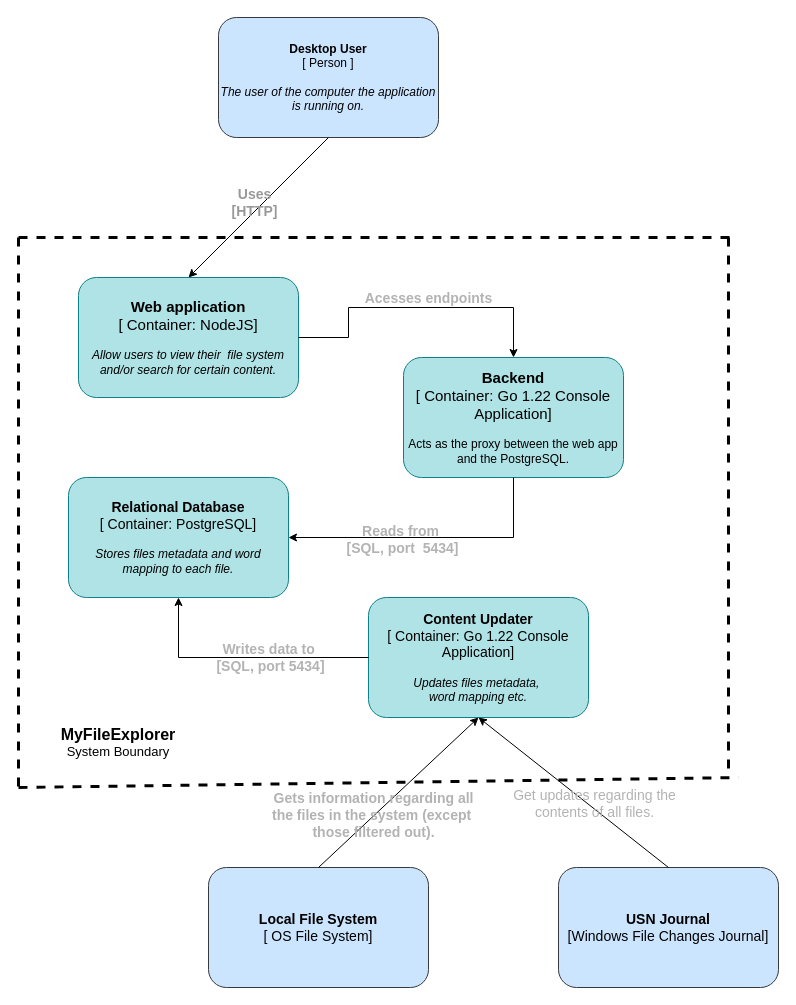
This is docs/containers.drawio from Raul072103/Search-Engine-File-System, a draw.io file, before an edit. Source tidied: cells renumbered, new cells numbered last; positions are measured from the earlier drawing's top-left corner, leaving out a move shared by most shapes. Both pictures are drawn from the tidied source at 100%, with x=0, y=0 at pixel (18, 17).
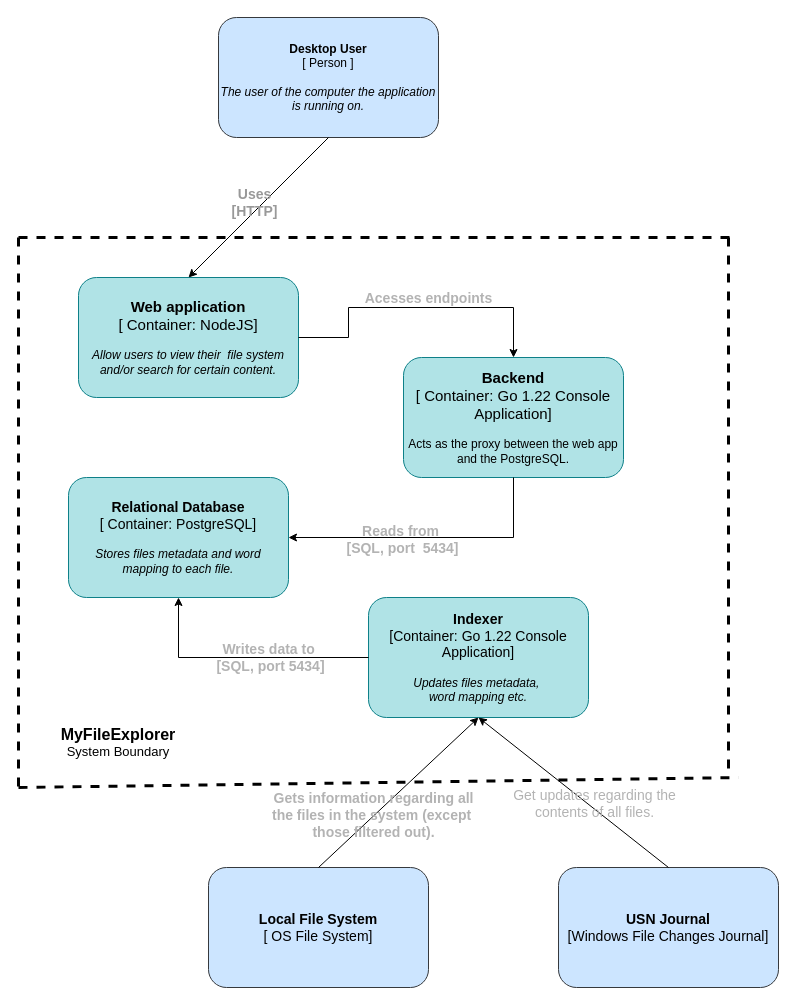
After the change.

What changed in the source:
```diff
@@
-    <mxCell id="7" value="&lt;span style=&quot;background-color: initial; font-size: 14px;&quot;&gt;&lt;b&gt;Content Updater&lt;br&gt;&lt;/b&gt;[ Container: Go 1.22 Console&lt;br&gt;Application]&lt;/span&gt;&lt;br&gt;&lt;div&gt;&lt;br&gt;&lt;/div&gt;&lt;div&gt;&lt;i&gt;Updates files metadata,&amp;nbsp;&lt;/i&gt;&lt;/div&gt;&lt;div&gt;&lt;i&gt;word mapping etc.&lt;/i&gt;&lt;/div&gt;" style="rounded=1;whiteSpace=wrap;html=1;fillColor=#b0e3e6;strokeColor=#0e8088;" parent="1" vertex="1">
+    <mxCell id="7" value="&lt;span style=&quot;background-color: initial; font-size: 14px;&quot;&gt;&lt;b&gt;Indexer&lt;br&gt;&lt;/b&gt;[Container: Go 1.22 Console&lt;br&gt;Application]&lt;/span&gt;&lt;br&gt;&lt;div&gt;&lt;br&gt;&lt;/div&gt;&lt;div&gt;&lt;i&gt;Updates files metadata,&amp;nbsp;&lt;/i&gt;&lt;/div&gt;&lt;div&gt;&lt;i&gt;word mapping etc.&lt;/i&gt;&lt;/div&gt;" style="rounded=1;whiteSpace=wrap;html=1;fillColor=#b0e3e6;strokeColor=#0e8088;" parent="1" vertex="1">
       <mxGeometry x="350" y="580" width="220" height="120" as="geometry" />
     </mxCell>
```
